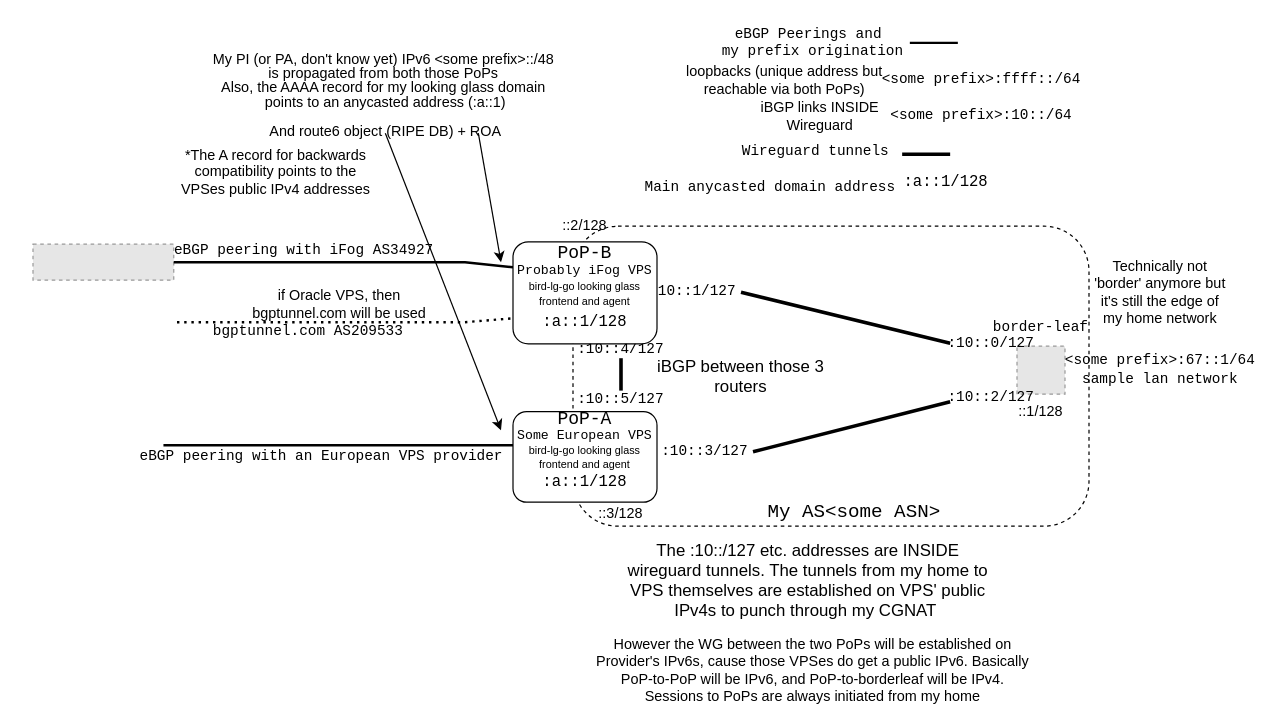
Earlier version of the draw.io diagram media/ownassimplified.drawio (Andreansx/Networking-lab). Source tidied: cells renumbered, new cells numbered last; positions are measured from the earlier drawing's top-left corner, leaving out a move shared by most shapes. Both pictures are drawn from the tidied source at 120%, with x=0, y=0 at pixel (32, 24). Pictures stored in the file or linked from it are replaced by grey dashed boxes.
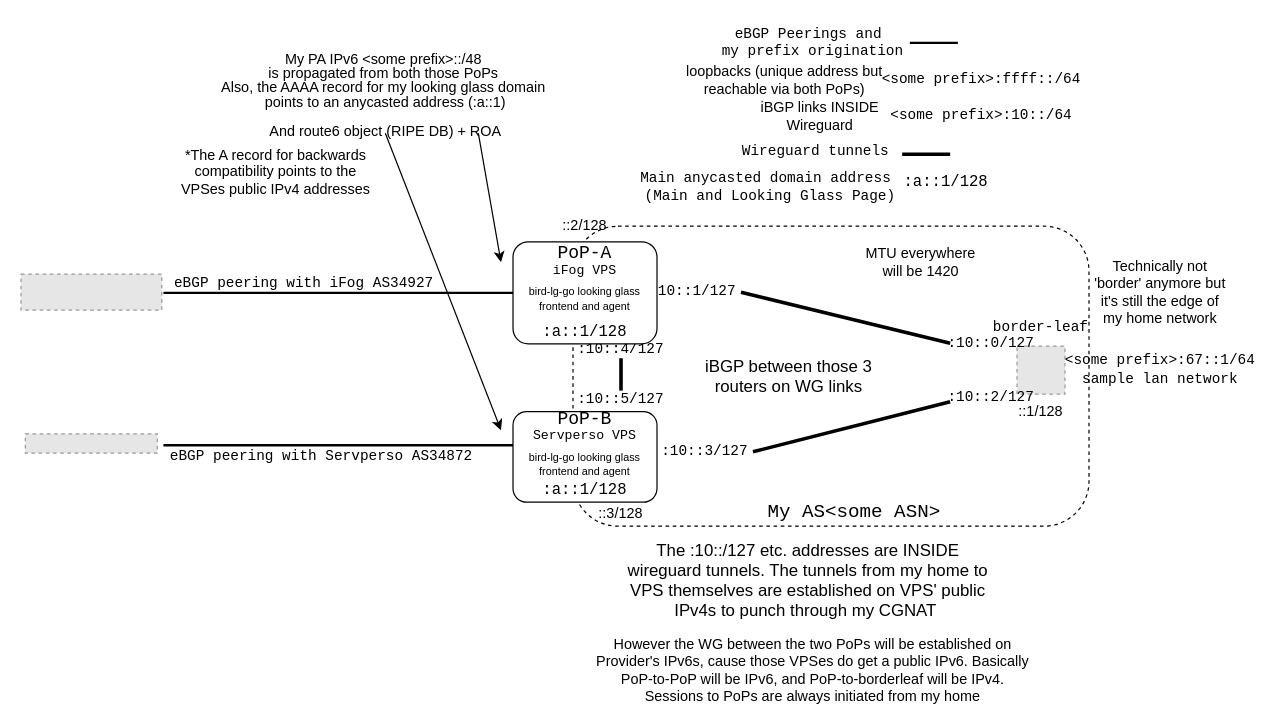
The same diagram, later.

The change refers to these unchanged cells:
```xml
<mxCell id="42" style="rounded=1;whiteSpace=wrap;html=1;" parent="1" vertex="1">
  <mxGeometry x="400" y="181" width="120" height="85" as="geometry" />
</mxCell>
```

Change to the diagram source:
```diff
@@
     <mxCell id="5" style="fillColor=#E6E6E6;strokeColor=#999999;dashed=1;verticalLabelPosition=bottom;verticalAlign=top;" parent="1" vertex="1">
-      <mxGeometry y="183" width="117.3" height="30" as="geometry" />
+      <mxGeometry x="-10" y="208" width="117.3" height="30" as="geometry" />
     </mxCell>
     <mxCell id="6" value="&lt;div style=&quot;line-height: 10%;&quot;&gt;&lt;pre&gt;eBGP peering with iFog AS34927&lt;/pre&gt;&lt;/div&gt;" style="text;html=1;whiteSpace=wrap;strokeColor=none;fillColor=none;align=center;verticalAlign=middle;rounded=0;" parent="1" vertex="1">
-      <mxGeometry x="131.3" y="181" width="190" height="15" as="geometry" />
+      <mxGeometry x="131.3" y="208" width="190" height="15" as="geometry" />
     </mxCell>
-    <mxCell id="7" value="&lt;div style=&quot;line-height: 10%;&quot;&gt;&lt;pre&gt;eBGP peering with an European VPS provider&lt;/pre&gt;&lt;/div&gt;" style="text;html=1;whiteSpace=wrap;strokeColor=none;fillColor=none;align=center;verticalAlign=middle;rounded=0;" parent="1" vertex="1">
+    <mxCell id="7" value="&lt;div style=&quot;line-height: 10%;&quot;&gt;&lt;pre&gt;eBGP peering with Servperso AS34872&lt;/pre&gt;&lt;/div&gt;" style="text;html=1;whiteSpace=wrap;strokeColor=none;fillColor=none;align=center;verticalAlign=middle;rounded=0;" parent="1" vertex="1">
       <mxGeometry x="160" y="345.2" width="161.4" height="30" as="geometry" />
     </mxCell>
@@
-    <mxCell id="10" value="&lt;p&gt;&lt;font style=&quot;font-size: 14px;&quot;&gt;iBGP between those 3 routers&lt;/font&gt;&lt;/p&gt;" style="text;html=1;whiteSpace=wrap;strokeColor=none;fillColor=none;align=center;verticalAlign=middle;rounded=0;" parent="1" vertex="1">
-      <mxGeometry x="510" y="278" width="160" height="30" as="geometry" />
+    <mxCell id="10" value="&lt;p&gt;&lt;font style=&quot;font-size: 14px;&quot;&gt;iBGP between those 3 routers on WG links&lt;/font&gt;&lt;/p&gt;" style="text;html=1;whiteSpace=wrap;strokeColor=none;fillColor=none;align=center;verticalAlign=middle;rounded=0;" parent="1" vertex="1">
+      <mxGeometry x="550" y="278" width="160" height="30" as="geometry" />
     </mxCell>
@@
-    <mxCell id="19" value="&lt;pre&gt;:10::0/127&lt;/pre&gt;" style="text;html=1;whiteSpace=wrap;strokeColor=none;fillColor=none;align=center;verticalAlign=middle;rounded=0;fontColor=light-dark(#000000,#FF3399);" parent="1" vertex="1">
+    <mxCell id="19" value="&lt;pre&gt;:10::0/127&lt;/pre&gt;" style="text;html=1;whiteSpace=wrap;strokeColor=none;fillColor=none;align=center;verticalAlign=middle;rounded=0;fontColor=light-dark(#000000,#FFB2CE);" parent="1" vertex="1">
       <mxGeometry x="764.3" y="258" width="69.3" height="15" as="geometry" />
     </mxCell>
@@
-    <mxCell id="21" value="&lt;pre&gt;:10::2/127&lt;/pre&gt;" style="text;html=1;whiteSpace=wrap;strokeColor=none;fillColor=none;align=center;verticalAlign=middle;rounded=0;fontColor=light-dark(#000000,#FF3399);" parent="1" vertex="1">
+    <mxCell id="21" value="&lt;pre&gt;:10::2/127&lt;/pre&gt;" style="text;html=1;whiteSpace=wrap;strokeColor=none;fillColor=none;align=center;verticalAlign=middle;rounded=0;fontColor=light-dark(#000000,#FFB2CE);" parent="1" vertex="1">
       <mxGeometry x="764.3" y="303" width="69.3" height="15" as="geometry" />
     </mxCell>
-    <mxCell id="22" value="&lt;pre&gt;:10::1/127&lt;/pre&gt;" style="text;html=1;whiteSpace=wrap;strokeColor=none;fillColor=none;align=center;verticalAlign=middle;rounded=0;fontColor=light-dark(#000000,#FF3399);" parent="1" vertex="1">
+    <mxCell id="22" value="&lt;pre&gt;:10::1/127&lt;/pre&gt;" style="text;html=1;whiteSpace=wrap;strokeColor=none;fillColor=none;align=center;verticalAlign=middle;rounded=0;fontColor=light-dark(#000000,#FFB2CE);" parent="1" vertex="1">
       <mxGeometry x="510" y="208" width="80" height="30" as="geometry" />
     </mxCell>
-    <mxCell id="23" value="&lt;pre&gt;:10::3/127&lt;/pre&gt;" style="text;html=1;whiteSpace=wrap;strokeColor=none;fillColor=none;align=center;verticalAlign=middle;rounded=0;fontColor=light-dark(#000000,#FF3399);" parent="1" vertex="1">
+    <mxCell id="23" value="&lt;pre&gt;:10::3/127&lt;/pre&gt;" style="text;html=1;whiteSpace=wrap;strokeColor=none;fillColor=none;align=center;verticalAlign=middle;rounded=0;fontColor=light-dark(#000000,#FFB2CE);" parent="1" vertex="1">
       <mxGeometry x="520" y="341" width="80" height="30" as="geometry" />
     </mxCell>
-    <mxCell id="24" value="&lt;pre&gt;:10::4/127&lt;/pre&gt;" style="text;html=1;whiteSpace=wrap;strokeColor=none;fillColor=none;align=center;verticalAlign=middle;rounded=0;fontColor=light-dark(#000000,#FF3399);" parent="1" vertex="1">
+    <mxCell id="24" value="&lt;pre&gt;:10::4/127&lt;/pre&gt;" style="text;html=1;whiteSpace=wrap;strokeColor=none;fillColor=none;align=center;verticalAlign=middle;rounded=0;fontColor=light-dark(#000000,#FFB2CE);" parent="1" vertex="1">
       <mxGeometry x="450" y="263" width="80" height="15" as="geometry" />
     </mxCell>
-    <mxCell id="25" value="&lt;pre&gt;:10::5/127&lt;/pre&gt;" style="text;html=1;whiteSpace=wrap;strokeColor=none;fillColor=none;align=center;verticalAlign=middle;rounded=0;fontColor=light-dark(#000000,#FF3399);" parent="1" vertex="1">
+    <mxCell id="25" value="&lt;pre&gt;:10::5/127&lt;/pre&gt;" style="text;html=1;whiteSpace=wrap;strokeColor=none;fillColor=none;align=center;verticalAlign=middle;rounded=0;fontColor=light-dark(#000000,#FFB2CE);" parent="1" vertex="1">
       <mxGeometry x="450" y="305" width="80" height="15" as="geometry" />
     </mxCell>
@@
-    <mxCell id="27" value="&lt;div style=&quot;line-height: 30%;&quot;&gt;&lt;p style=&quot;line-height: 100%;&quot;&gt;My PI (or PA, don't know yet) IPv6 &amp;lt;some prefix&amp;gt;::/48&amp;nbsp;&lt;br&gt;is propagated from both those PoPs&amp;nbsp;&lt;br&gt;Also, the AAAA record for my looking glass domain&amp;nbsp;&lt;br&gt;points to an anycasted address (:a::1)&lt;/p&gt;&lt;p style=&quot;line-height: 100%;&quot;&gt;And route6 object (RIPE DB) + ROA&lt;/p&gt;&lt;/div&gt;" style="text;html=1;whiteSpace=wrap;strokeColor=none;fillColor=none;align=center;verticalAlign=middle;rounded=0;" parent="1" vertex="1">
+    <mxCell id="27" value="&lt;div style=&quot;line-height: 30%;&quot;&gt;&lt;p style=&quot;line-height: 100%;&quot;&gt;My PA IPv6 &amp;lt;some prefix&amp;gt;::/48&amp;nbsp;&lt;br&gt;is propagated from both those PoPs&amp;nbsp;&lt;br&gt;Also, the AAAA record for my looking glass domain&amp;nbsp;&lt;br&gt;points to an anycasted address (:a::1)&lt;/p&gt;&lt;p style=&quot;line-height: 100%;&quot;&gt;And route6 object (RIPE DB) + ROA&lt;/p&gt;&lt;/div&gt;" style="text;html=1;whiteSpace=wrap;strokeColor=none;fillColor=none;align=center;verticalAlign=middle;rounded=0;" parent="1" vertex="1">
       <mxGeometry x="138.6" y="25.5" width="310" height="65" as="geometry" />
     </mxCell>
@@
-    <mxCell id="33" style="endArrow=none;html=1;rounded=0;exitX=1;exitY=0.5;exitDx=0;exitDy=0;strokeWidth=2;strokeColor=light-dark(#000000,#99FF33);entryX=0;entryY=0.25;entryDx=0;entryDy=0;" parent="1" edge="1" source="5" target="42">
-      <mxGeometry relative="1" as="geometry">
-        <Array as="points">
-          <mxPoint x="360" y="198" />
-        </Array>
-      </mxGeometry>
-    </mxCell>
@@
-    <mxCell id="38" style="endArrow=none;html=1;rounded=0;strokeWidth=2;strokeColor=light-dark(#000000,#99FF33);curved=0;dashed=1;dashPattern=1 2;entryX=0;entryY=0.75;entryDx=0;entryDy=0;" parent="1" edge="1" target="42">
-      <mxGeometry relative="1" as="geometry">
-        <mxPoint x="120" y="248" as="sourcePoint" />
-        <Array as="points">
-          <mxPoint x="360" y="248" />
-        </Array>
-      </mxGeometry>
-    </mxCell>
-    <mxCell id="39" value="&lt;pre&gt;&lt;code class=&quot;bg-text-200/5 border border-0.5 border-border-300 text-danger-000 whitespace-pre-wrap rounded-[0.4rem] px-1 py-px text-[0.9rem]&quot; style=&quot;text-align: start;&quot;&gt;bgptunnel.com AS209533&lt;/code&gt;&lt;/pre&gt;" style="text;html=1;whiteSpace=wrap;strokeColor=none;fillColor=none;align=center;verticalAlign=middle;rounded=0;" parent="1" vertex="1">
-      <mxGeometry x="138.7" y="241" width="181.3" height="30" as="geometry" />
-    </mxCell>
-    <mxCell id="40" value="if Oracle VPS, then bgptunnel.com will be used" style="text;html=1;whiteSpace=wrap;strokeColor=none;fillColor=none;align=center;verticalAlign=middle;rounded=0;" parent="1" vertex="1">
-      <mxGeometry x="170" y="218" width="171.3" height="30" as="geometry" />
-    </mxCell>
@@
-    <mxCell id="43" value="&lt;div style=&quot;line-height: 10%;&quot;&gt;&lt;pre&gt;&lt;font style=&quot;font-size: 15px;&quot;&gt;PoP-B&lt;/font&gt;&lt;/pre&gt;&lt;pre&gt;&lt;font style=&quot;font-size: 11px;&quot;&gt;Probably iFog VPS&lt;/font&gt;&lt;/pre&gt;&lt;/div&gt;" style="text;html=1;whiteSpace=wrap;strokeColor=none;fillColor=none;align=center;verticalAlign=middle;rounded=0;fontColor=light-dark(#000000,#FF3333);" parent="1" vertex="1">
+    <mxCell id="43" value="&lt;div style=&quot;line-height: 10%;&quot;&gt;&lt;pre&gt;&lt;font style=&quot;font-size: 15px;&quot;&gt;PoP-A&lt;/font&gt;&lt;/pre&gt;&lt;pre&gt;&lt;font style=&quot;font-size: 11px;&quot;&gt;iFog VPS&lt;/font&gt;&lt;/pre&gt;&lt;/div&gt;" style="text;html=1;whiteSpace=wrap;strokeColor=none;fillColor=none;align=center;verticalAlign=middle;rounded=0;fontColor=light-dark(#000000,#BD145D);" parent="1" vertex="1">
       <mxGeometry x="400" y="183" width="120" height="30" as="geometry" />
     </mxCell>
-    <mxCell id="44" value="&lt;div style=&quot;line-height: 90%;&quot;&gt;&lt;font style=&quot;font-size: 9px; line-height: 90%;&quot;&gt;bird-lg-go&amp;nbsp;&lt;/font&gt;&lt;span style=&quot;font-size: 9px;&quot;&gt;looking glass frontend and agent&lt;/span&gt;&lt;/div&gt;" style="text;html=1;whiteSpace=wrap;strokeColor=none;fillColor=none;align=center;verticalAlign=middle;rounded=0;fontColor=light-dark(#000000,#FF3333);" parent="1" vertex="1">
-      <mxGeometry x="400" y="209" width="120" height="30" as="geometry" />
+    <mxCell id="44" value="&lt;div style=&quot;line-height: 90%;&quot;&gt;&lt;font style=&quot;font-size: 9px; line-height: 90%;&quot;&gt;bird-lg-go&amp;nbsp;&lt;/font&gt;&lt;span style=&quot;font-size: 9px;&quot;&gt;looking glass frontend and agent&lt;/span&gt;&lt;/div&gt;" style="text;html=1;whiteSpace=wrap;strokeColor=none;fillColor=none;align=center;verticalAlign=middle;rounded=0;fontColor=light-dark(#000000,#BD145D);" parent="1" vertex="1">
+      <mxGeometry x="400" y="213" width="120" height="30" as="geometry" />
     </mxCell>
@@
-    <mxCell id="46" value="&lt;div style=&quot;line-height: 10%;&quot;&gt;&lt;pre&gt;&lt;font style=&quot;font-size: 15px;&quot;&gt;PoP-A&lt;/font&gt;&lt;/pre&gt;&lt;pre&gt;&lt;span style=&quot;font-size: 11px;&quot;&gt;Some European VPS&lt;/span&gt;&lt;/pre&gt;&lt;/div&gt;" style="text;html=1;whiteSpace=wrap;strokeColor=none;fillColor=none;align=center;verticalAlign=middle;rounded=0;fontColor=light-dark(#000000,#96ABFF);" parent="1" vertex="1">
+    <mxCell id="46" value="&lt;div style=&quot;line-height: 10%;&quot;&gt;&lt;pre&gt;&lt;font style=&quot;font-size: 15px;&quot;&gt;PoP-B&lt;/font&gt;&lt;/pre&gt;&lt;pre&gt;&lt;span style=&quot;font-size: 11px;&quot;&gt;Servperso VPS&lt;/span&gt;&lt;/pre&gt;&lt;/div&gt;" style="text;html=1;whiteSpace=wrap;strokeColor=none;fillColor=none;align=center;verticalAlign=middle;rounded=0;fontColor=light-dark(#000000,#5964FF);" parent="1" vertex="1">
       <mxGeometry x="400" y="320.5" width="120" height="30" as="geometry" />
     </mxCell>
-    <mxCell id="47" value="&lt;div style=&quot;line-height: 90%;&quot;&gt;&lt;font style=&quot;font-size: 9px; line-height: 90%;&quot;&gt;bird-lg-go&amp;nbsp;&lt;/font&gt;&lt;span style=&quot;font-size: 9px;&quot;&gt;looking glass frontend and agent&lt;/span&gt;&lt;/div&gt;" style="text;html=1;whiteSpace=wrap;strokeColor=none;fillColor=none;align=center;verticalAlign=middle;rounded=0;fontColor=light-dark(#000000,#96ABFF);" parent="1" vertex="1">
-      <mxGeometry x="400" y="345.2" width="120" height="30" as="geometry" />
+    <mxCell id="47" value="&lt;div style=&quot;line-height: 90%;&quot;&gt;&lt;font style=&quot;font-size: 9px; line-height: 90%;&quot;&gt;bird-lg-go&amp;nbsp;&lt;/font&gt;&lt;span style=&quot;font-size: 9px;&quot;&gt;looking glass frontend and agent&lt;/span&gt;&lt;/div&gt;" style="text;html=1;whiteSpace=wrap;strokeColor=none;fillColor=none;align=center;verticalAlign=middle;rounded=0;fontColor=light-dark(#000000,#5964FF);" parent="1" vertex="1">
+      <mxGeometry x="400" y="350.5" width="120" height="30" as="geometry" />
     </mxCell>
@@
     <mxCell id="49" value="&lt;pre&gt;&lt;font style=&quot;font-size: 13px; color: light-dark(rgb(0, 0, 0), rgb(0, 255, 128));&quot;&gt;:a::1/128&lt;/font&gt;&lt;/pre&gt;" style="text;html=1;whiteSpace=wrap;strokeColor=none;fillColor=none;align=center;verticalAlign=middle;rounded=0;" parent="1" vertex="1">
-      <mxGeometry x="420" y="371" width="80" height="20" as="geometry" />
+      <mxGeometry x="420" y="378" width="80" height="20" as="geometry" />
     </mxCell>
     <mxCell id="50" value="&lt;pre&gt;&lt;font style=&quot;font-size: 13px; color: light-dark(rgb(0, 0, 0), rgb(0, 255, 128));&quot;&gt;:a::1/128&lt;/font&gt;&lt;/pre&gt;" style="text;html=1;whiteSpace=wrap;strokeColor=none;fillColor=none;align=center;verticalAlign=middle;rounded=0;" parent="1" vertex="1">
-      <mxGeometry x="420" y="238" width="80" height="20" as="geometry" />
+      <mxGeometry x="420" y="248" width="80" height="15" as="geometry" />
     </mxCell>
@@
-    <mxCell id="52" value="&lt;pre&gt;Main anycasted domain address&lt;/pre&gt;" style="text;html=1;whiteSpace=wrap;strokeColor=none;fillColor=none;align=center;verticalAlign=middle;rounded=0;" parent="1" vertex="1">
+    <mxCell id="52" value="&lt;div style=&quot;line-height: 20%;&quot;&gt;&lt;pre&gt;Main anycasted domain address&amp;nbsp;&lt;/pre&gt;&lt;pre&gt;(Main and Looking Glass Page)&lt;/pre&gt;&lt;/div&gt;" style="text;html=1;whiteSpace=wrap;strokeColor=none;fillColor=none;align=center;verticalAlign=middle;rounded=0;" parent="1" vertex="1">
       <mxGeometry x="513" y="120.5" width="202.7" height="30" as="geometry" />
     </mxCell>
+    <mxCell id="53" style="endArrow=none;html=1;rounded=0;exitX=1;exitY=0.5;exitDx=0;exitDy=0;strokeWidth=2;strokeColor=light-dark(#000000,#99FF33);" parent="1" edge="1">
+      <mxGeometry relative="1" as="geometry">
+        <mxPoint x="108.7" y="223.6" as="sourcePoint" />
+        <mxPoint x="400" y="223.6" as="targetPoint" />
+      </mxGeometry>
+    </mxCell>
+    <mxCell id="54" style="fillColor=#E6E6E6;strokeColor=#999999;dashed=1;verticalLabelPosition=bottom;verticalAlign=top;" parent="1" vertex="1">
+      <mxGeometry x="-6.4" y="341" width="110" height="16.1" as="geometry" />
+    </mxCell>
+    <mxCell id="55" value="MTU everywhere will be 1420" style="text;html=1;whiteSpace=wrap;strokeColor=none;fillColor=none;align=center;verticalAlign=middle;rounded=0;" parent="1" vertex="1">
+      <mxGeometry x="685" y="183" width="110" height="30" as="geometry" />
+    </mxCell>
```
